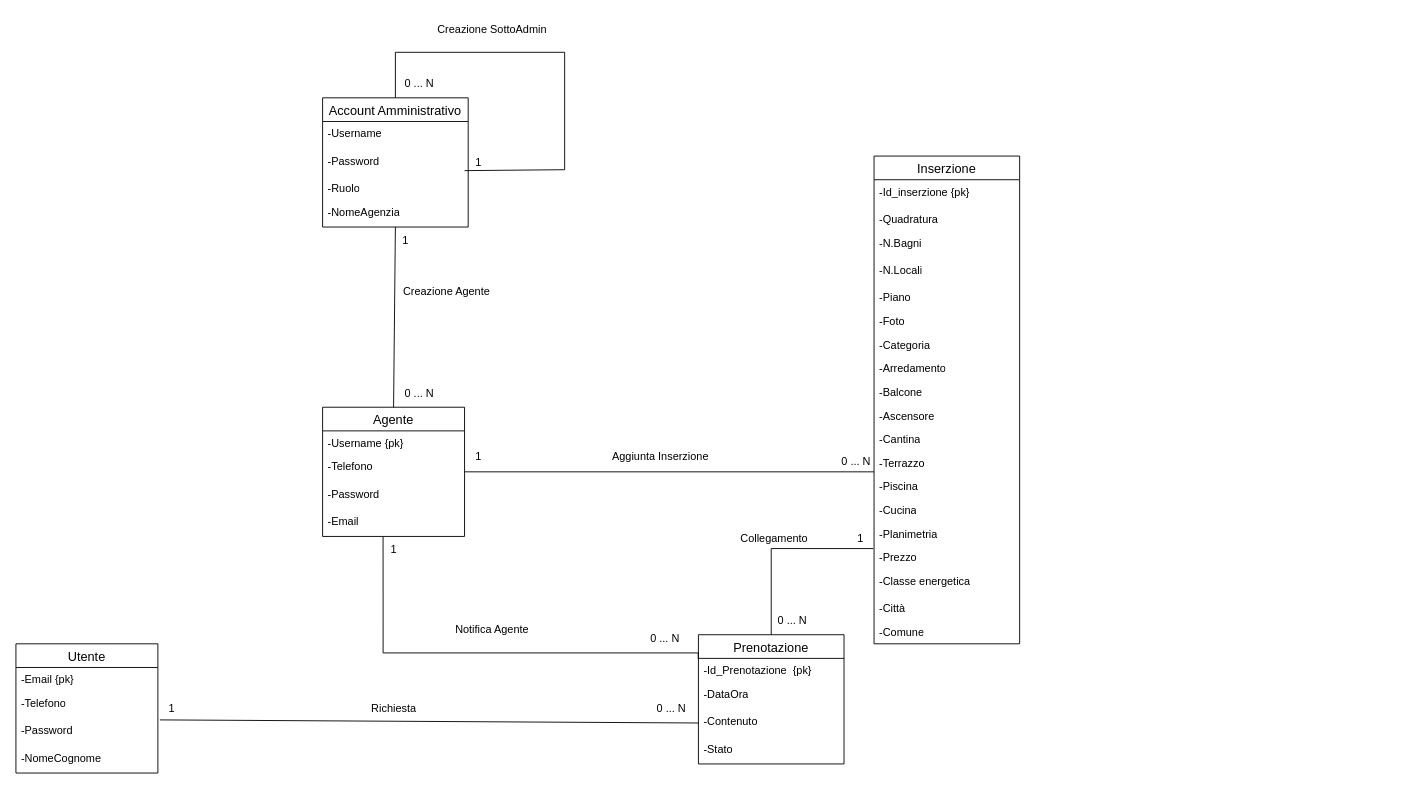
This is template uml.drawio from gian-o-land/Lavoro-progetto-Ingsw, a draw.io file, before an edit. Source tidied: cells renumbered, new cells numbered last; positions are measured from the earlier drawing's top-left corner, leaving out a move shared by most shapes. Both pictures are drawn from the tidied source at 91%, with x=0, y=0 at pixel (15, 15).
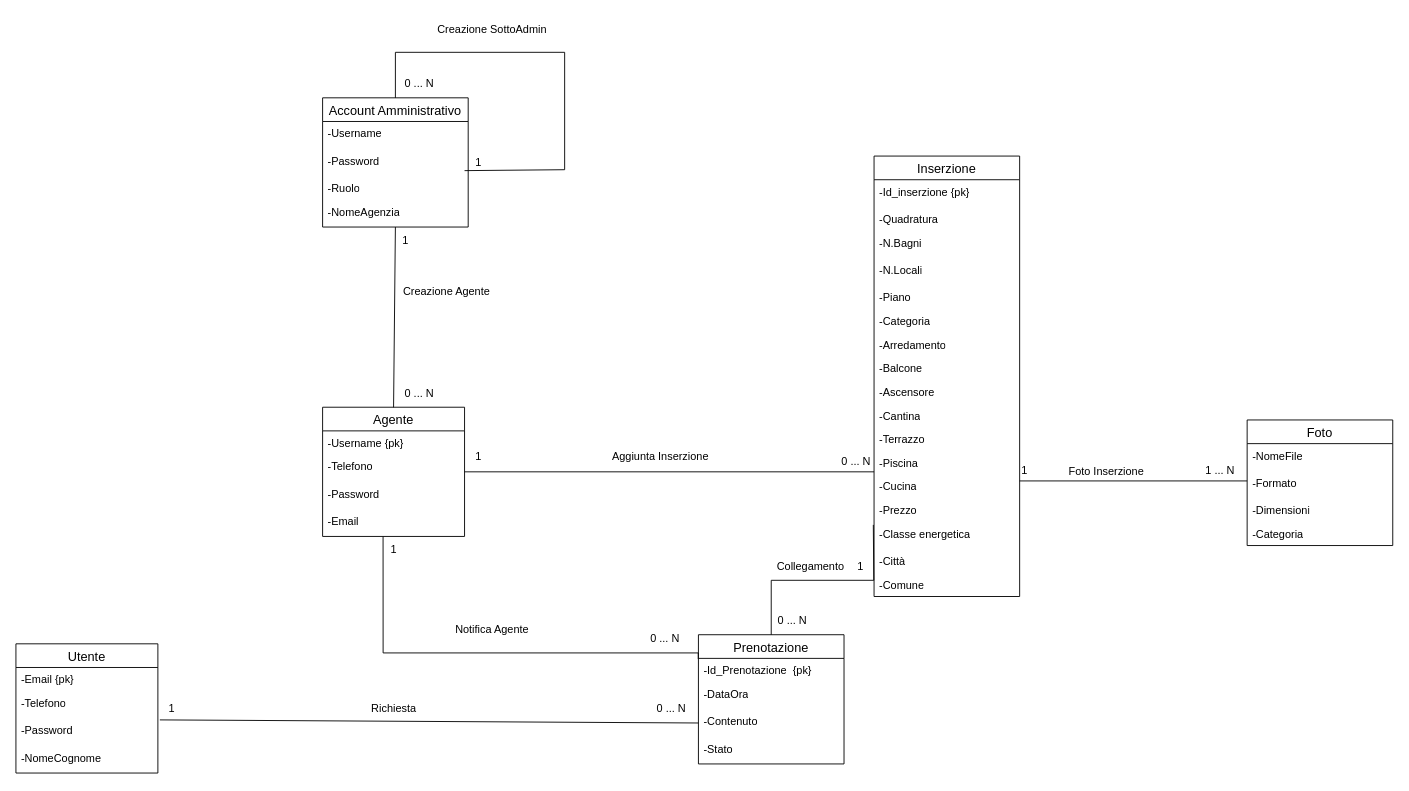
The same page after the edit.

Unchanged cells that the change refers to:
```xml
<mxCell id="33" value="Prenotazione" style="swimlane;fontStyle=0;horizontal=1;startSize=26;align=center;fontSize=14;" parent="1" vertex="1">
  <mxGeometry x="750" y="680" width="160" height="142" as="geometry" />
</mxCell>
```

Change to the diagram source:
```diff
@@
     <mxCell id="8" value="Inserzione" style="swimlane;fontStyle=0;horizontal=1;startSize=26;align=center;fontSize=14;" parent="1" vertex="1">
-      <mxGeometry x="943" y="154" width="160" height="536" as="geometry" />
+      <mxGeometry x="943" y="154" width="160" height="484" as="geometry" />
     </mxCell>
@@
-    <mxCell id="14" value="-Foto" style="text;strokeColor=none;fillColor=none;align=left;verticalAlign=top;spacingLeft=4;spacingRight=4;overflow=hidden;whiteSpace=wrap;html=1;" parent="8" vertex="1">
-      <mxGeometry y="168" width="160" height="26" as="geometry" />
-    </mxCell>
     <mxCell id="15" value="-Categoria" style="text;strokeColor=none;fillColor=none;align=left;verticalAlign=top;spacingLeft=4;spacingRight=4;overflow=hidden;whiteSpace=wrap;html=1;" parent="8" vertex="1">
-      <mxGeometry y="194" width="160" height="26" as="geometry" />
+      <mxGeometry y="168" width="160" height="26" as="geometry" />
     </mxCell>
     <mxCell id="16" value="-Arredamento" style="text;strokeColor=none;fillColor=none;align=left;verticalAlign=top;spacingLeft=4;spacingRight=4;overflow=hidden;whiteSpace=wrap;html=1;" parent="8" vertex="1">
-      <mxGeometry y="220" width="160" height="26" as="geometry" />
+      <mxGeometry y="194" width="160" height="26" as="geometry" />
     </mxCell>
     <mxCell id="17" value="-Balcone" style="text;strokeColor=none;fillColor=none;align=left;verticalAlign=top;spacingLeft=4;spacingRight=4;overflow=hidden;whiteSpace=wrap;html=1;" parent="8" vertex="1">
-      <mxGeometry y="246" width="160" height="26" as="geometry" />
+      <mxGeometry y="220" width="160" height="26" as="geometry" />
     </mxCell>
     <mxCell id="18" value="-Ascensore" style="text;strokeColor=none;fillColor=none;align=left;verticalAlign=top;spacingLeft=4;spacingRight=4;overflow=hidden;whiteSpace=wrap;html=1;" parent="8" vertex="1">
-      <mxGeometry y="272" width="160" height="26" as="geometry" />
+      <mxGeometry y="246" width="160" height="26" as="geometry" />
     </mxCell>
     <mxCell id="19" value="-Cantina&lt;div&gt;&lt;br&gt;&lt;/div&gt;" style="text;strokeColor=none;fillColor=none;align=left;verticalAlign=top;spacingLeft=4;spacingRight=4;overflow=hidden;whiteSpace=wrap;html=1;" parent="8" vertex="1">
-      <mxGeometry y="298" width="160" height="26" as="geometry" />
+      <mxGeometry y="272" width="160" height="26" as="geometry" />
     </mxCell>
     <mxCell id="20" value="-Terrazzo" style="text;strokeColor=none;fillColor=none;align=left;verticalAlign=top;spacingLeft=4;spacingRight=4;overflow=hidden;whiteSpace=wrap;html=1;" parent="8" vertex="1">
-      <mxGeometry y="324" width="160" height="26" as="geometry" />
+      <mxGeometry y="298" width="160" height="26" as="geometry" />
     </mxCell>
     <mxCell id="21" value="-Piscina" style="text;strokeColor=none;fillColor=none;align=left;verticalAlign=top;spacingLeft=4;spacingRight=4;overflow=hidden;whiteSpace=wrap;html=1;" parent="8" vertex="1">
-      <mxGeometry y="350" width="160" height="26" as="geometry" />
+      <mxGeometry y="324" width="160" height="26" as="geometry" />
     </mxCell>
     <mxCell id="22" value="-Cucina" style="text;strokeColor=none;fillColor=none;align=left;verticalAlign=top;spacingLeft=4;spacingRight=4;overflow=hidden;whiteSpace=wrap;html=1;" parent="8" vertex="1">
-      <mxGeometry y="376" width="160" height="26" as="geometry" />
+      <mxGeometry y="350" width="160" height="26" as="geometry" />
     </mxCell>
-    <mxCell id="23" value="-Planimetria" style="text;strokeColor=none;fillColor=none;align=left;verticalAlign=top;spacingLeft=4;spacingRight=4;overflow=hidden;points=[[0,0.5],[1,0.5]];portConstraint=eastwest;whiteSpace=wrap;html=1;" parent="8" vertex="1">
-      <mxGeometry y="402" width="160" height="26" as="geometry" />
-    </mxCell>
     <mxCell id="24" value="-Prezzo" style="text;strokeColor=none;fillColor=none;align=left;verticalAlign=top;spacingLeft=4;spacingRight=4;overflow=hidden;whiteSpace=wrap;html=1;" parent="8" vertex="1">
-      <mxGeometry y="428" width="160" height="26" as="geometry" />
+      <mxGeometry y="376" width="160" height="26" as="geometry" />
     </mxCell>
     <mxCell id="25" value="-Classe energetica" style="text;strokeColor=none;fillColor=none;align=left;verticalAlign=top;spacingLeft=4;spacingRight=4;overflow=hidden;whiteSpace=wrap;html=1;" parent="8" vertex="1">
-      <mxGeometry y="454" width="160" height="30" as="geometry" />
+      <mxGeometry y="402" width="160" height="30" as="geometry" />
     </mxCell>
     <mxCell id="26" value="-Città" style="text;strokeColor=none;fillColor=none;align=left;verticalAlign=top;spacingLeft=4;spacingRight=4;overflow=hidden;whiteSpace=wrap;html=1;" parent="8" vertex="1">
-      <mxGeometry y="484" width="160" height="26" as="geometry" />
+      <mxGeometry y="432" width="160" height="26" as="geometry" />
     </mxCell>
     <mxCell id="27" value="-Comune" style="text;strokeColor=none;fillColor=none;align=left;verticalAlign=top;spacingLeft=4;spacingRight=4;overflow=hidden;whiteSpace=wrap;html=1;" parent="8" vertex="1">
-      <mxGeometry y="510" width="160" height="26" as="geometry" />
+      <mxGeometry y="458" width="160" height="26" as="geometry" />
     </mxCell>
@@
-    <mxCell id="61" style="endArrow=none;html=1;rounded=0;exitX=0.5;exitY=0;exitDx=0;exitDy=0;edgeStyle=orthogonalEdgeStyle;entryX=-0.005;entryY=1.128;entryDx=0;entryDy=0;entryPerimeter=0;" parent="1" edge="1" source="33" target="23">
-      <mxGeometry relative="1" as="geometry" />
+    <mxCell id="61" style="endArrow=none;html=1;rounded=0;exitX=0.5;exitY=0;exitDx=0;exitDy=0;edgeStyle=orthogonalEdgeStyle;entryX=-0.005;entryY=1.128;entryDx=0;entryDy=0;entryPerimeter=0;" parent="1" edge="1" source="33">
+      <mxGeometry relative="1" as="geometry">
+        <mxPoint x="942.2" y="559.3" as="targetPoint" />
+      </mxGeometry>
     </mxCell>
@@
     <mxCell id="63" value="1" style="text;html=1;align=center;verticalAlign=middle;strokeColor=none;fillColor=none;" parent="1" vertex="1">
-      <mxGeometry x="913" y="560" width="30" height="30" as="geometry" />
+      <mxGeometry x="913" y="590" width="30" height="30" as="geometry" />
     </mxCell>
     <mxCell id="64" value="Collegamento" style="text;html=1;align=center;verticalAlign=middle;strokeColor=none;fillColor=none;" parent="1" vertex="1">
-      <mxGeometry x="783" y="560" width="100" height="30" as="geometry" />
+      <mxGeometry x="823" y="590" width="100" height="30" as="geometry" />
     </mxCell>
@@
+    <mxCell id="66" style="line;strokeWidth=1;fillColor=none;align=left;verticalAlign=middle;spacingTop=-1;spacingLeft=3;spacingRight=3;labelPosition=right;strokeColor=inherit;" parent="1" vertex="1">
+      <mxGeometry x="1103" y="507" width="250" height="8" as="geometry" />
+    </mxCell>
+    <mxCell id="67" value="Foto" style="swimlane;fontStyle=0;horizontal=1;startSize=26;align=center;fontSize=14;" parent="1" vertex="1">
+      <mxGeometry x="1353" y="444" width="160" height="138" as="geometry" />
+    </mxCell>
+    <mxCell id="68" value="-NomeFile" style="text;strokeColor=none;fillColor=none;spacingLeft=4;spacingRight=4;overflow=hidden;fontSize=12;whiteSpace=wrap;html=1;" parent="67" vertex="1">
+      <mxGeometry y="26" width="160" height="30" as="geometry" />
+    </mxCell>
+    <mxCell id="69" value="-Formato" style="text;strokeColor=none;fillColor=none;spacingLeft=4;spacingRight=4;overflow=hidden;fontSize=12;whiteSpace=wrap;html=1;" parent="67" vertex="1">
+      <mxGeometry y="56" width="160" height="30" as="geometry" />
+    </mxCell>
+    <mxCell id="70" value="-Dimensioni" style="text;strokeColor=none;fillColor=none;spacingLeft=4;spacingRight=4;overflow=hidden;fontSize=12;whiteSpace=wrap;html=1;" parent="67" vertex="1">
+      <mxGeometry y="86" width="160" height="26" as="geometry" />
+    </mxCell>
+    <mxCell id="71" value="-Categoria" style="text;strokeColor=none;fillColor=none;align=left;verticalAlign=top;spacingLeft=4;spacingRight=4;overflow=hidden;whiteSpace=wrap;html=1;" parent="67" vertex="1">
+      <mxGeometry y="112" width="160" height="26" as="geometry" />
+    </mxCell>
+    <mxCell id="72" value="1" style="text;html=1;align=center;verticalAlign=middle;strokeColor=none;fillColor=none;" parent="1" vertex="1">
+      <mxGeometry x="1093" y="485" width="30" height="30" as="geometry" />
+    </mxCell>
+    <mxCell id="73" value="1 ... N" style="text;html=1;align=center;verticalAlign=middle;strokeColor=none;fillColor=none;" parent="1" vertex="1">
+      <mxGeometry x="1293" y="485" width="60" height="30" as="geometry" />
+    </mxCell>
+    <mxCell id="74" value="Foto Inserzione" style="text;html=1;align=center;verticalAlign=middle;strokeColor=none;fillColor=none;" parent="1" vertex="1">
+      <mxGeometry x="1143" y="486" width="110" height="30" as="geometry" />
+    </mxCell>
```
